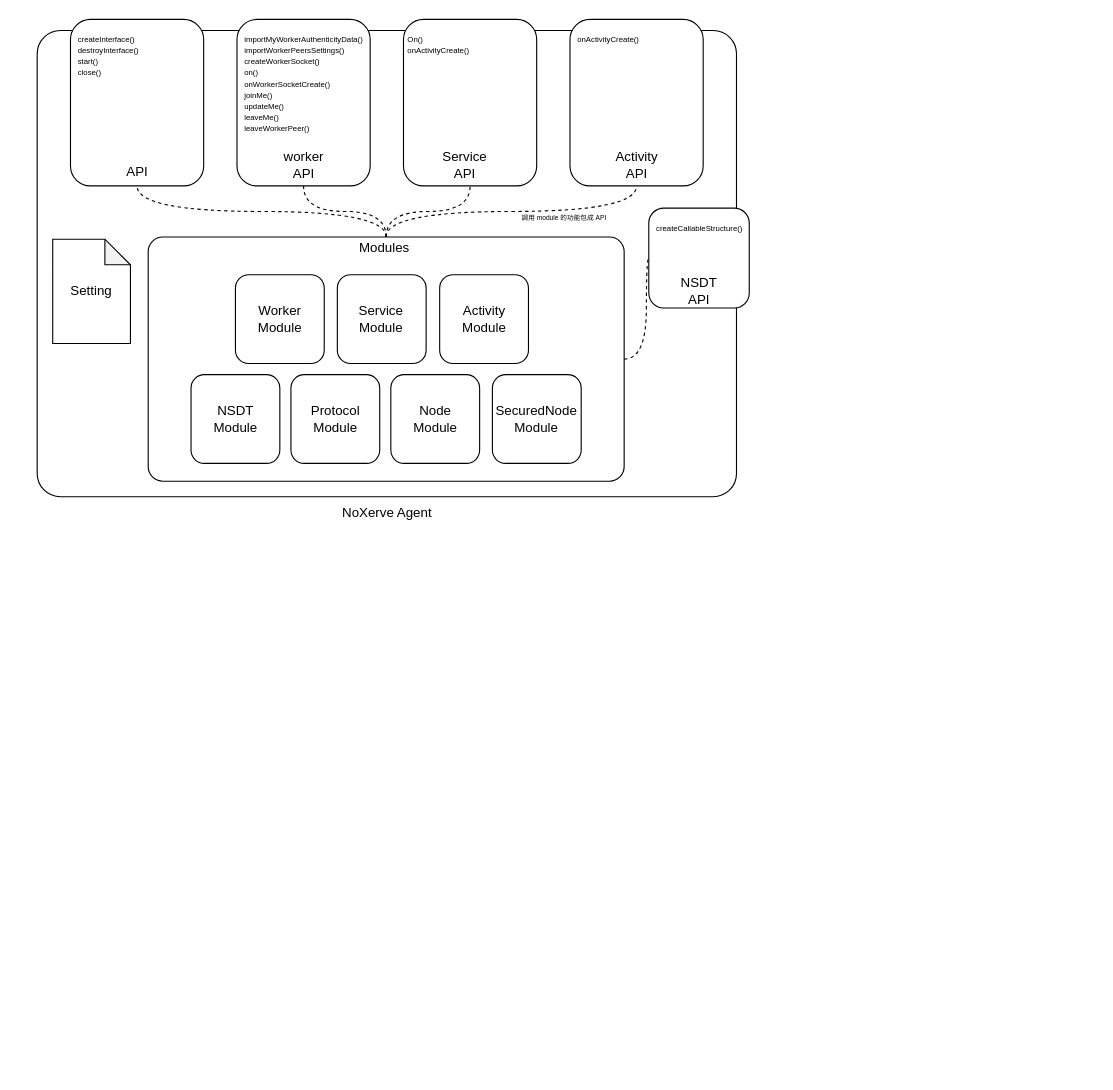
Above: page "NoXerve Agent" (1 of 2) of DrawIO/NoXerve.drawio in NoXerve/NoXerve-Document (draw.io), before the change. Source tidied: cells renumbered, new cells numbered last; positions are measured from the earlier drawing's top-left corner, leaving out a move shared by most shapes. Both pictures are drawn from the tidied source at 111%, with x=0, y=0 at pixel (37, 19).
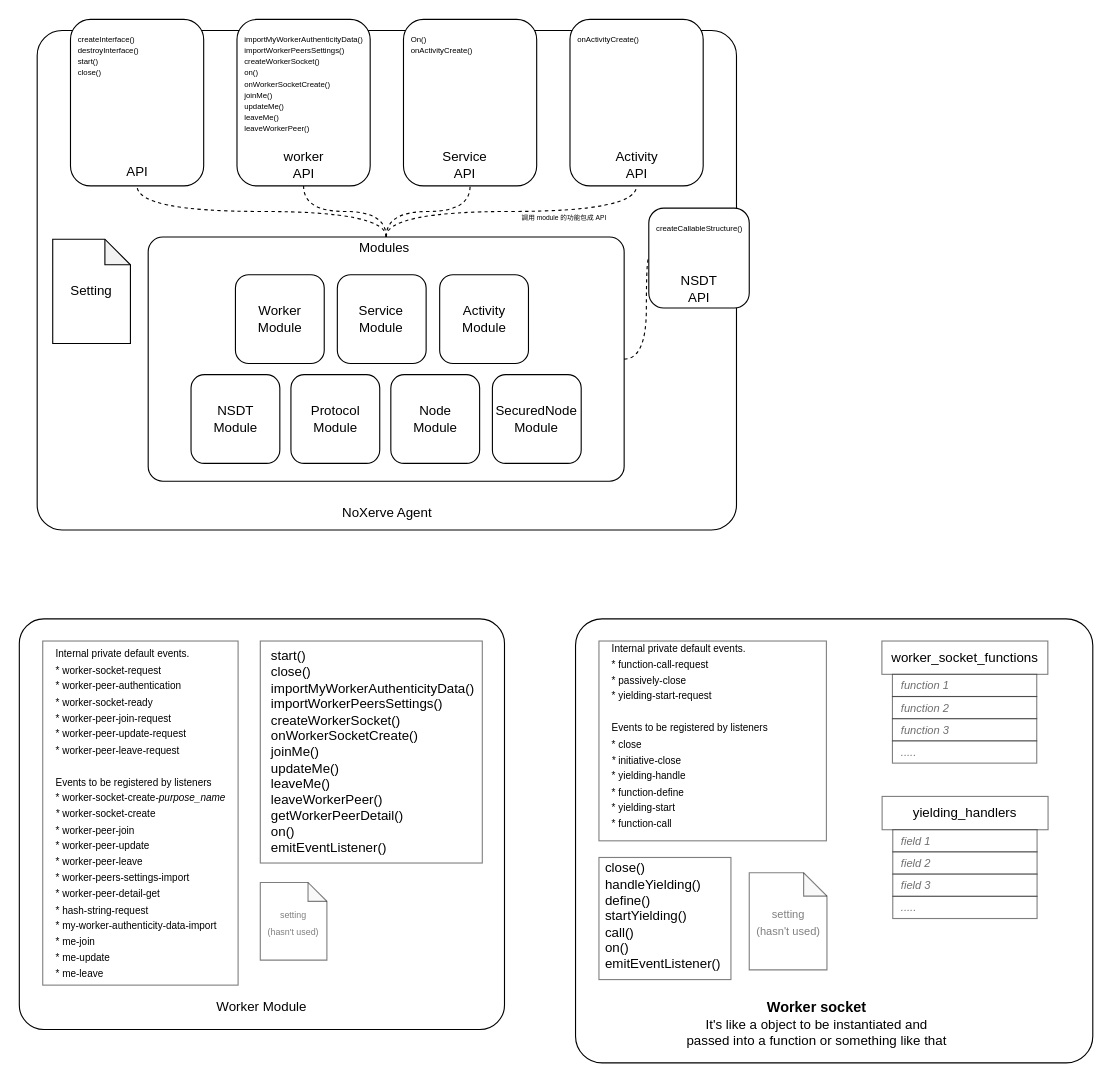
The same diagram, later.

Commit message:
add worker and worker socket

The edit, as a diff of the source:
```diff
@@
     <mxCell id="2" style="rounded=1;whiteSpace=wrap;html=1;arcSize=5;" parent="1" vertex="1">
-      <mxGeometry y="10" width="630" height="420" as="geometry" />
+      <mxGeometry y="10" width="630" height="450" as="geometry" />
     </mxCell>
@@
     <mxCell id="22" value="&lt;font style=&quot;font-size: 7px&quot;&gt;On()&lt;/font&gt;" style="text;html=1;strokeColor=none;fillColor=none;align=left;verticalAlign=middle;whiteSpace=wrap;rounded=0;fontSize=7;" parent="1" vertex="1">
-      <mxGeometry x="332" y="14" width="110" height="10" as="geometry" />
+      <mxGeometry x="335" y="14" width="110" height="10" as="geometry" />
     </mxCell>
     <mxCell id="23" value="&lt;font style=&quot;font-size: 7px&quot;&gt;onActivityCreate()&lt;/font&gt;" style="text;html=1;strokeColor=none;fillColor=none;align=left;verticalAlign=middle;whiteSpace=wrap;rounded=0;fontSize=7;" parent="1" vertex="1">
-      <mxGeometry x="332" y="24" width="110" height="10" as="geometry" />
+      <mxGeometry x="335" y="24" width="110" height="10" as="geometry" />
     </mxCell>
@@
     <mxCell id="45" value="NSDT&lt;br&gt;API" style="text;html=1;strokeColor=none;fillColor=none;align=center;verticalAlign=middle;whiteSpace=wrap;rounded=0;" parent="1" vertex="1">
-      <mxGeometry x="564.8" y="230" width="63" height="30" as="geometry" />
+      <mxGeometry x="564.8" y="228" width="63" height="30" as="geometry" />
     </mxCell>
@@
+    <mxCell id="48" style="rounded=1;whiteSpace=wrap;html=1;arcSize=6;" parent="1" vertex="1">
+      <mxGeometry x="-16.1" y="540" width="437.1" height="370" as="geometry" />
+    </mxCell>
+    <mxCell id="49" value="&lt;font style=&quot;font-size: 8px&quot;&gt;setting&lt;br&gt;(hasn't used)&lt;/font&gt;" style="shape=note;whiteSpace=wrap;html=1;backgroundOutline=1;darkOpacity=0.05;opacity=50;size=17;textOpacity=50;" parent="1" vertex="1">
+      <mxGeometry x="201" y="777.5" width="60" height="70" as="geometry" />
+    </mxCell>
+    <mxCell id="50" value="Worker Module" style="text;html=1;strokeColor=none;fillColor=none;align=center;verticalAlign=middle;whiteSpace=wrap;rounded=0;opacity=50;" parent="1" vertex="1">
+      <mxGeometry x="158.2" y="880" width="88.6" height="20" as="geometry" />
+    </mxCell>
+    <mxCell id="51" style="rounded=0;whiteSpace=wrap;html=1;opacity=50;" parent="1" vertex="1">
+      <mxGeometry x="5" y="560" width="176" height="310" as="geometry" />
+    </mxCell>
+    <mxCell id="52" value="&lt;font style=&quot;font-size: 9px&quot;&gt;Internal private default events.&lt;br&gt;*&amp;nbsp;worker-socket-request&lt;br&gt;*&amp;nbsp;worker-peer-authentication&lt;br&gt;*&amp;nbsp;worker-socket-ready&lt;br&gt;*&amp;nbsp;worker-peer-join-request&lt;br&gt;*&amp;nbsp;worker-peer-update-request&lt;br&gt;*&amp;nbsp;worker-peer-leave-request&lt;br&gt;&lt;br&gt;Events to be registered by listeners&lt;br&gt;*&amp;nbsp;worker-socket-create-&lt;i&gt;purpose_name&lt;br&gt;*&amp;nbsp;&lt;/i&gt;worker-socket-create&lt;i&gt;&lt;br&gt;&lt;/i&gt;*&amp;nbsp;worker-peer-join&lt;br&gt;*&amp;nbsp;worker-peer-update&lt;br&gt;*&amp;nbsp;worker-peer-leave&lt;br&gt;*&amp;nbsp;worker-peers-settings-import&lt;br&gt;*&amp;nbsp;worker-peer-detail-get&lt;br&gt;* hash-string-request&lt;br&gt;* my-worker-authenticity-data-import&lt;br&gt;*&amp;nbsp;me-join&lt;br&gt;*&amp;nbsp;me-update&lt;br&gt;*&amp;nbsp;me-leave&lt;br&gt;&lt;/font&gt;" style="text;html=1;strokeColor=none;fillColor=none;align=left;verticalAlign=middle;whiteSpace=wrap;rounded=0;opacity=50;" parent="1" vertex="1">
+      <mxGeometry x="14.5" y="560" width="157" height="310" as="geometry" />
+    </mxCell>
+    <mxCell id="53" value="&lt;blockquote style=&quot;margin: 0 0 0 40px ; border: none ; padding: 0px&quot;&gt;&lt;/blockquote&gt;" style="rounded=0;whiteSpace=wrap;html=1;opacity=50;align=left;" parent="1" vertex="1">
+      <mxGeometry x="201" y="560" width="200" height="200" as="geometry" />
+    </mxCell>
+    <mxCell id="54" value="&lt;span style=&quot;&quot;&gt;start()&lt;/span&gt;&lt;br style=&quot;&quot;&gt;&lt;blockquote style=&quot;margin: 0px 0px 0px 40px; border: none; padding: 0px;&quot;&gt;&lt;/blockquote&gt;&lt;span style=&quot;&quot;&gt;close()&lt;/span&gt;&lt;br style=&quot;&quot;&gt;&lt;blockquote style=&quot;margin: 0px 0px 0px 40px; border: none; padding: 0px;&quot;&gt;&lt;/blockquote&gt;&lt;span style=&quot;&quot;&gt;importMyWorkerAuthenticityData()&lt;/span&gt;&lt;br style=&quot;&quot;&gt;&lt;blockquote style=&quot;margin: 0px 0px 0px 40px; border: none; padding: 0px;&quot;&gt;&lt;/blockquote&gt;&lt;span style=&quot;&quot;&gt;importWorkerPeersSettings()&lt;/span&gt;&lt;br style=&quot;&quot;&gt;&lt;blockquote style=&quot;margin: 0px 0px 0px 40px; border: none; padding: 0px;&quot;&gt;&lt;/blockquote&gt;&lt;span style=&quot;&quot;&gt;createWorkerSocket()&lt;/span&gt;&lt;br style=&quot;&quot;&gt;&lt;blockquote style=&quot;margin: 0px 0px 0px 40px; border: none; padding: 0px;&quot;&gt;&lt;/blockquote&gt;&lt;span style=&quot;&quot;&gt;onWorkerSocketCreate()&lt;/span&gt;&lt;br style=&quot;&quot;&gt;&lt;blockquote style=&quot;margin: 0px 0px 0px 40px; border: none; padding: 0px;&quot;&gt;&lt;/blockquote&gt;&lt;span style=&quot;&quot;&gt;joinMe()&lt;/span&gt;&lt;br style=&quot;&quot;&gt;&lt;blockquote style=&quot;margin: 0px 0px 0px 40px; border: none; padding: 0px;&quot;&gt;&lt;/blockquote&gt;&lt;span style=&quot;&quot;&gt;updateMe()&lt;/span&gt;&lt;br style=&quot;&quot;&gt;&lt;blockquote style=&quot;margin: 0px 0px 0px 40px; border: none; padding: 0px;&quot;&gt;&lt;/blockquote&gt;&lt;span style=&quot;&quot;&gt;leaveMe()&lt;/span&gt;&lt;br style=&quot;&quot;&gt;&lt;blockquote style=&quot;margin: 0px 0px 0px 40px; border: none; padding: 0px;&quot;&gt;&lt;/blockquote&gt;&lt;span style=&quot;&quot;&gt;leaveWorkerPeer()&lt;/span&gt;&lt;br style=&quot;&quot;&gt;&lt;blockquote style=&quot;margin: 0px 0px 0px 40px; border: none; padding: 0px;&quot;&gt;&lt;/blockquote&gt;&lt;span style=&quot;&quot;&gt;getWorkerPeerDetail()&lt;/span&gt;&lt;br style=&quot;&quot;&gt;&lt;blockquote style=&quot;margin: 0px 0px 0px 40px; border: none; padding: 0px;&quot;&gt;&lt;/blockquote&gt;&lt;span style=&quot;&quot;&gt;on()&lt;/span&gt;&lt;br style=&quot;&quot;&gt;&lt;span style=&quot;&quot;&gt;emitEventListener()&lt;/span&gt;" style="text;html=1;strokeColor=none;fillColor=none;align=left;verticalAlign=middle;whiteSpace=wrap;rounded=0;opacity=50;" parent="1" vertex="1">
+      <mxGeometry x="208.5" y="565" width="184.8" height="190" as="geometry" />
+    </mxCell>
+    <mxCell id="55" style="rounded=1;whiteSpace=wrap;html=1;arcSize=6;" parent="1" vertex="1">
+      <mxGeometry x="485" y="540" width="466" height="400" as="geometry" />
+    </mxCell>
+    <mxCell id="56" value="&lt;font style=&quot;font-size: 10px&quot;&gt;setting&lt;br&gt;(hasn't used)&lt;/font&gt;" style="shape=note;whiteSpace=wrap;html=1;backgroundOutline=1;darkOpacity=0.05;opacity=50;size=21;textOpacity=50;" parent="1" vertex="1">
+      <mxGeometry x="641.5" y="768.8" width="70" height="87.5" as="geometry" />
+    </mxCell>
+    <mxCell id="57" value="&lt;b&gt;&lt;font style=&quot;font-size: 13px&quot;&gt;Worker socket&lt;/font&gt;&lt;/b&gt;&lt;br&gt;It's like a object to be instantiated and passed into a function or something like that" style="text;html=1;strokeColor=none;fillColor=none;align=center;verticalAlign=middle;whiteSpace=wrap;rounded=0;opacity=50;" parent="1" vertex="1">
+      <mxGeometry x="583.6" y="862.5" width="237.4" height="85" as="geometry" />
+    </mxCell>
+    <mxCell id="58" style="rounded=0;whiteSpace=wrap;html=1;opacity=50;" parent="1" vertex="1">
+      <mxGeometry x="506.1" y="560" width="204.9" height="180" as="geometry" />
+    </mxCell>
+    <mxCell id="59" value="&lt;font style=&quot;font-size: 9px&quot;&gt;Internal private default events.&lt;br&gt;*&amp;nbsp;function-call-request&lt;br&gt;*&amp;nbsp;passively-close&lt;br&gt;*&amp;nbsp;yielding-start-request&lt;br&gt;&lt;br&gt;Events to be registered by listeners&lt;br&gt;*&amp;nbsp;close&lt;i&gt;&lt;br&gt;*&amp;nbsp;&lt;/i&gt;initiative-close&lt;i&gt;&lt;br&gt;&lt;/i&gt;*&amp;nbsp;yielding-handle&lt;br&gt;* function-define&lt;br&gt;*&amp;nbsp;yielding-start&lt;br&gt;*&amp;nbsp;function-call&lt;br&gt;&lt;/font&gt;" style="text;html=1;strokeColor=none;fillColor=none;align=left;verticalAlign=middle;whiteSpace=wrap;rounded=0;opacity=50;" parent="1" vertex="1">
+      <mxGeometry x="515.6" y="560" width="157" height="170" as="geometry" />
+    </mxCell>
+    <mxCell id="60" value="&lt;blockquote style=&quot;margin: 0 0 0 40px ; border: none ; padding: 0px&quot;&gt;&lt;/blockquote&gt;" style="rounded=0;whiteSpace=wrap;html=1;opacity=50;align=left;" parent="1" vertex="1">
+      <mxGeometry x="506.1" y="755" width="118.9" height="110" as="geometry" />
+    </mxCell>
+    <mxCell id="61" value="&lt;span&gt;close()&lt;/span&gt;&lt;br&gt;&lt;blockquote style=&quot;margin: 0px 0px 0px 40px ; border: none ; padding: 0px&quot;&gt;&lt;/blockquote&gt;handleYielding()&lt;br&gt;&lt;blockquote style=&quot;margin: 0px 0px 0px 40px ; border: none ; padding: 0px&quot;&gt;&lt;/blockquote&gt;define()&lt;br&gt;&lt;blockquote style=&quot;margin: 0px 0px 0px 40px ; border: none ; padding: 0px&quot;&gt;&lt;/blockquote&gt;startYielding()&lt;br&gt;&lt;blockquote style=&quot;margin: 0px 0px 0px 40px ; border: none ; padding: 0px&quot;&gt;&lt;/blockquote&gt;call()&lt;br&gt;&lt;blockquote style=&quot;margin: 0px 0px 0px 40px ; border: none ; padding: 0px&quot;&gt;&lt;/blockquote&gt;&lt;span&gt;on()&lt;/span&gt;&lt;br&gt;&lt;span&gt;emitEventListener()&lt;/span&gt;" style="text;html=1;strokeColor=none;fillColor=none;align=left;verticalAlign=middle;whiteSpace=wrap;rounded=0;opacity=50;" parent="1" vertex="1">
+      <mxGeometry x="509.9" y="760" width="111.2" height="95" as="geometry" />
+    </mxCell>
+    <mxCell id="62" value="worker_socket_functions" style="rounded=0;whiteSpace=wrap;html=1;opacity=50;align=center;" parent="1" vertex="1">
+      <mxGeometry x="761" y="560" width="149.5" height="30" as="geometry" />
+    </mxCell>
+    <mxCell id="63" value="&lt;i&gt;&lt;font style=&quot;font-size: 10px&quot; color=&quot;#6e6e6e&quot;&gt;&amp;nbsp; function 1&lt;/font&gt;&lt;/i&gt;" style="rounded=0;whiteSpace=wrap;html=1;opacity=50;align=left;" parent="1" vertex="1">
+      <mxGeometry x="770.5" y="590" width="130" height="20" as="geometry" />
+    </mxCell>
+    <mxCell id="64" value="&lt;i&gt;&lt;font style=&quot;font-size: 10px&quot; color=&quot;#6e6e6e&quot;&gt;&amp;nbsp; function 2&lt;/font&gt;&lt;/i&gt;" style="rounded=0;whiteSpace=wrap;html=1;opacity=50;align=left;" parent="1" vertex="1">
+      <mxGeometry x="770.5" y="610" width="130" height="20" as="geometry" />
+    </mxCell>
+    <mxCell id="65" value="&lt;i&gt;&lt;font style=&quot;font-size: 10px&quot; color=&quot;#6e6e6e&quot;&gt;&amp;nbsp; function 3&lt;/font&gt;&lt;/i&gt;" style="rounded=0;whiteSpace=wrap;html=1;opacity=50;align=left;" parent="1" vertex="1">
+      <mxGeometry x="770.5" y="630" width="130" height="20" as="geometry" />
+    </mxCell>
+    <mxCell id="66" value="&lt;font color=&quot;#6e6e6e&quot;&gt;&lt;span style=&quot;font-size: 10px&quot;&gt;&lt;i&gt;&amp;nbsp; .....&lt;/i&gt;&lt;/span&gt;&lt;/font&gt;" style="rounded=0;whiteSpace=wrap;html=1;opacity=50;align=left;" parent="1" vertex="1">
+      <mxGeometry x="770.5" y="650" width="130" height="20" as="geometry" />
+    </mxCell>
+    <mxCell id="67" value="yielding_handlers" style="rounded=0;whiteSpace=wrap;html=1;opacity=50;align=center;" parent="1" vertex="1">
+      <mxGeometry x="761.2" y="700" width="149.5" height="30" as="geometry" />
+    </mxCell>
+    <mxCell id="68" value="&lt;i&gt;&lt;font style=&quot;font-size: 10px&quot; color=&quot;#6e6e6e&quot;&gt;&amp;nbsp; field 1&lt;/font&gt;&lt;/i&gt;" style="rounded=0;whiteSpace=wrap;html=1;opacity=50;align=left;" parent="1" vertex="1">
+      <mxGeometry x="770.8" y="730" width="130" height="20" as="geometry" />
+    </mxCell>
+    <mxCell id="69" value="&lt;i&gt;&lt;font style=&quot;font-size: 10px&quot; color=&quot;#6e6e6e&quot;&gt;&amp;nbsp; field 2&lt;/font&gt;&lt;/i&gt;" style="rounded=0;whiteSpace=wrap;html=1;opacity=50;align=left;" parent="1" vertex="1">
+      <mxGeometry x="770.8" y="750" width="130" height="20" as="geometry" />
+    </mxCell>
+    <mxCell id="70" value="&lt;i&gt;&lt;font style=&quot;font-size: 10px&quot; color=&quot;#6e6e6e&quot;&gt;&amp;nbsp; field 3&lt;/font&gt;&lt;/i&gt;" style="rounded=0;whiteSpace=wrap;html=1;opacity=50;align=left;" parent="1" vertex="1">
+      <mxGeometry x="770.8" y="770" width="130" height="20" as="geometry" />
+    </mxCell>
+    <mxCell id="71" value="&lt;font color=&quot;#6e6e6e&quot;&gt;&lt;span style=&quot;font-size: 10px&quot;&gt;&lt;i&gt;&amp;nbsp; .....&lt;/i&gt;&lt;/span&gt;&lt;/font&gt;" style="rounded=0;whiteSpace=wrap;html=1;opacity=50;align=left;" parent="1" vertex="1">
+      <mxGeometry x="770.8" y="790" width="130" height="20" as="geometry" />
+    </mxCell>
```
